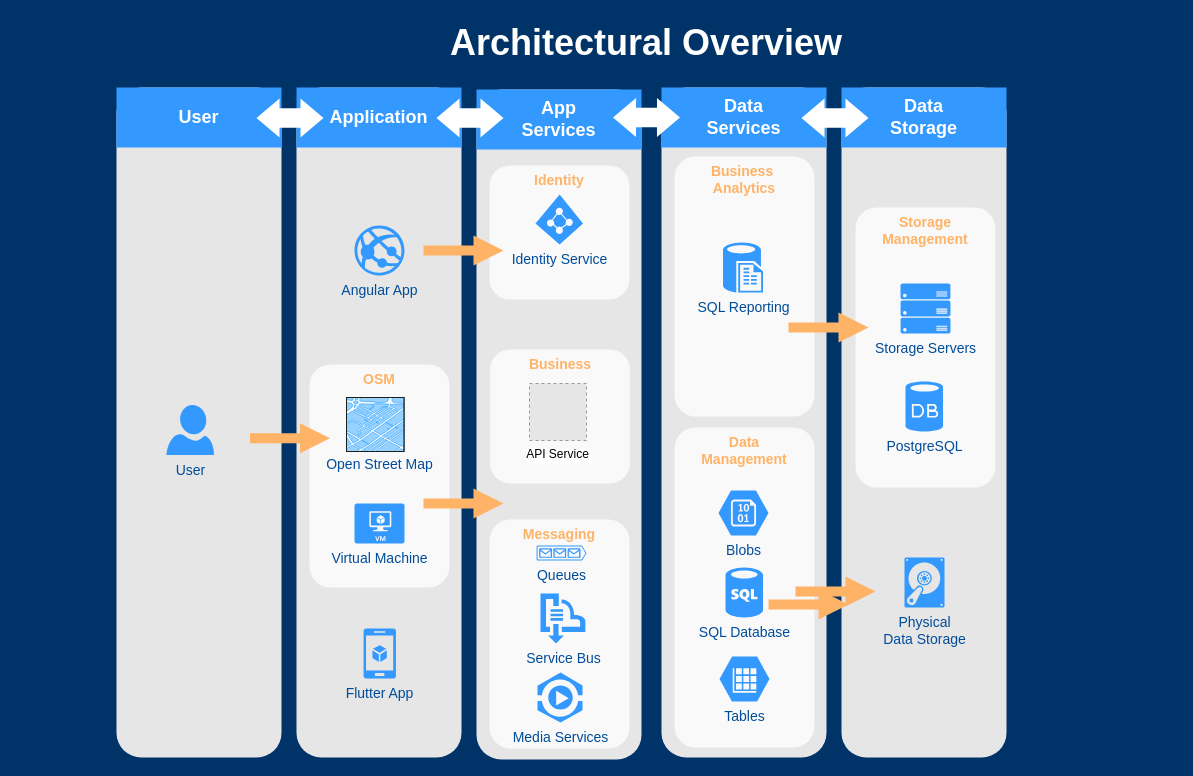
Before: Biểu đồ không có tiêu đề.drawio in hoangthanz/support-traffic-warning-bg, a draw.io diagram. Source tidied: cells renumbered, new cells numbered last; positions are measured from the earlier drawing's top-left corner, leaving out a move shared by most shapes. Both pictures are drawn from the tidied source at 100%, with x=0, y=0 at pixel (116, 17). Pictures stored in the file or linked from it are replaced by grey dashed boxes.
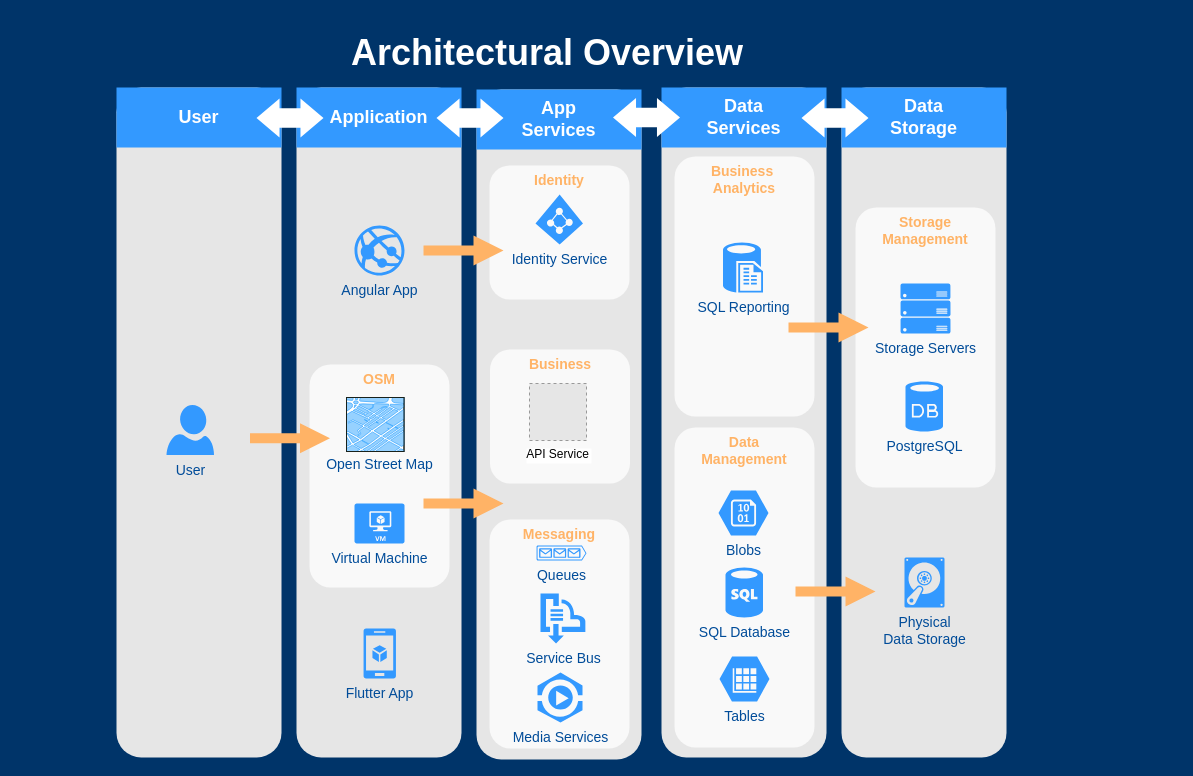
Above is the later version.

Commit message:
Kiến trúc tổng quan

The edit, as a diff of the source:
```diff
@@
     <mxCell id="19" value="Architectural Overview" style="text;html=1;strokeColor=none;fillColor=none;align=center;verticalAlign=middle;whiteSpace=wrap;overflow=hidden;dashed=1;fontSize=36;fontColor=#FFFFFF;fontFamily=Helvetica;fontStyle=1;" parent="1" vertex="1">
-      <mxGeometry width="1060" height="50" as="geometry" />
+      <mxGeometry x="-99" y="10" width="1060" height="50" as="geometry" />
     </mxCell>
@@
-    <mxCell id="41" style="arrow;html=1;endArrow=block;endFill=1;strokeColor=none;strokeWidth=4;fontFamily=Helvetica;fontSize=36;fontColor=#FFB366;fillColor=#FFB366;" parent="1" edge="1">
-      <mxGeometry relative="1" as="geometry">
-        <mxPoint x="652" y="587" as="sourcePoint" />
-        <mxPoint x="732" y="587" as="targetPoint" />
-      </mxGeometry>
-    </mxCell>
```
